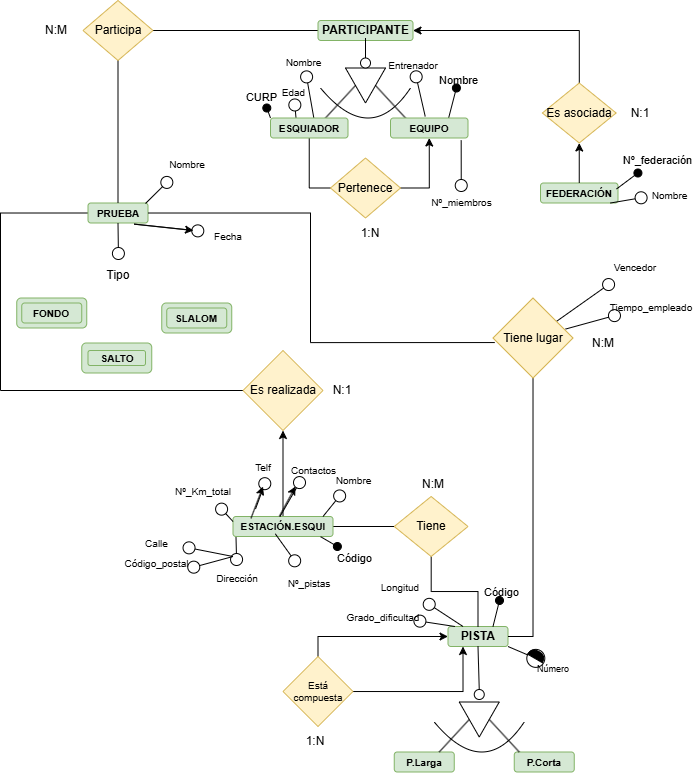
This is Data Base/OlimpiadasDeInvierno.drawio.png from Samue45/1-DAM, a draw.io export, as it was before one commit. Source tidied: cells renumbered, new cells last; positions are measured from the earlier drawing's top-left corner, leaving out a move shared by most shapes.
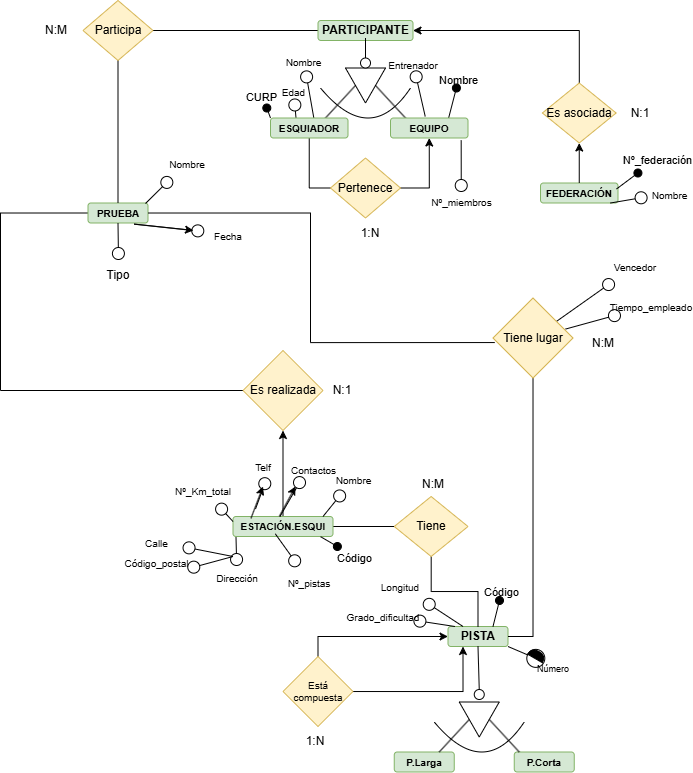
After the commit.

What changed in the source:
```diff
@@ -2,9 +2,6 @@
   <root>
     <mxCell id="0" />
     <mxCell id="1" parent="0" />
-    <mxCell id="2" style="rounded=1;whiteSpace=wrap;html=1;fillColor=#d5e8d4;strokeColor=#82b366;fontSize=10;" parent="1" vertex="1">
-      <mxGeometry x="16.2" y="297.5" width="70" height="30" as="geometry" />
-    </mxCell>
     <mxCell id="3" value="&lt;b&gt;FEDERACIÓN&lt;/b&gt;" style="rounded=1;whiteSpace=wrap;html=1;fillColor=#d5e8d4;strokeColor=#82b366;fontSize=10;" parent="1" vertex="1">
       <mxGeometry x="540" y="182.5" width="77.5" height="20" as="geometry" />
     </mxCell>
@@ -29,9 +26,6 @@
     <mxCell id="10" value="&lt;b&gt;P.Corta&lt;/b&gt;" style="rounded=1;whiteSpace=wrap;html=1;fillColor=#d5e8d4;strokeColor=#82b366;fontSize=10;" parent="1" vertex="1">
       <mxGeometry x="513.8" y="751.5" width="60" height="20" as="geometry" />
     </mxCell>
-    <mxCell id="11" value="&lt;b&gt;FONDO&lt;/b&gt;" style="rounded=1;whiteSpace=wrap;html=1;fillColor=#d5e8d4;strokeColor=#82b366;fontSize=10;" parent="1" vertex="1">
-      <mxGeometry x="21.2" y="302.5" width="60" height="20" as="geometry" />
-    </mxCell>
     <mxCell id="12" style="edgeStyle=orthogonalEdgeStyle;rounded=0;jettySize=auto;html=1;entryX=0;entryY=0.5;entryDx=0;entryDy=0;endArrow=none;endFill=0;exitX=0;exitY=0.5;exitDx=0;exitDy=0;" parent="1" edge="1" source="13" target="101">
       <mxGeometry relative="1" as="geometry">
         <Array as="points">
@@ -44,18 +38,6 @@
     <mxCell id="13" value="&lt;b style=&quot;font-size: 10px;&quot;&gt;PRUEBA&lt;/b&gt;" style="rounded=1;whiteSpace=wrap;html=1;fillColor=#d5e8d4;strokeColor=#82b366;" parent="1" vertex="1">
       <mxGeometry x="87.5" y="202.5" width="60" height="20" as="geometry" />
     </mxCell>
-    <mxCell id="14" style="rounded=1;whiteSpace=wrap;html=1;fillColor=#d5e8d4;strokeColor=#82b366;fontSize=10;" parent="1" vertex="1">
-      <mxGeometry x="81.2" y="342.5" width="70" height="30" as="geometry" />
-    </mxCell>
-    <mxCell id="15" style="rounded=1;whiteSpace=wrap;html=1;fillColor=#d5e8d4;strokeColor=#82b366;fontSize=10;" parent="1" vertex="1">
-      <mxGeometry x="161.2" y="302.5" width="70" height="30" as="geometry" />
-    </mxCell>
-    <mxCell id="16" value="&lt;b&gt;SALTO&lt;/b&gt;" style="rounded=1;whiteSpace=wrap;html=1;fillColor=#d5e8d4;strokeColor=#82b366;fontSize=10;" parent="1" vertex="1">
-      <mxGeometry x="87.5" y="350" width="57.5" height="15" as="geometry" />
-    </mxCell>
-    <mxCell id="17" value="&lt;b&gt;SLALOM&lt;/b&gt;" style="rounded=1;whiteSpace=wrap;html=1;fillColor=#d5e8d4;strokeColor=#82b366;fontSize=10;" parent="1" vertex="1">
-      <mxGeometry x="166.2" y="307.5" width="60" height="20" as="geometry" />
-    </mxCell>
     <mxCell id="18" style="triangle;whiteSpace=wrap;html=1;rotation=90;fontSize=11;" parent="1" vertex="1">
       <mxGeometry x="461.2" y="699" width="35" height="40" as="geometry" />
     </mxCell>
```
